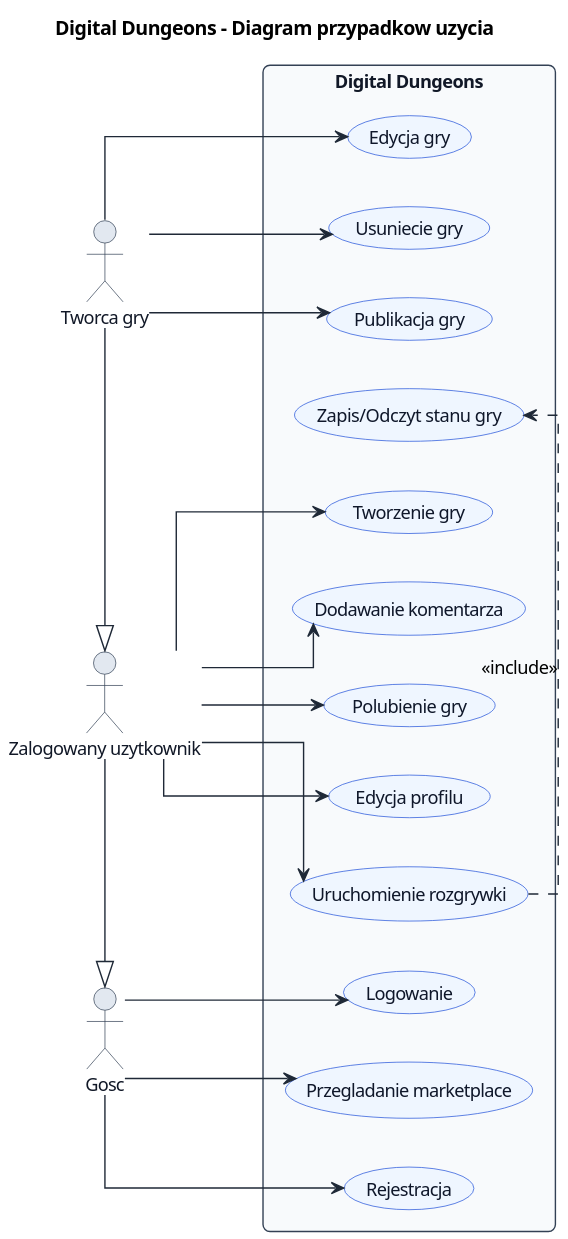
The PlantUML diagram Praca Licencjacka/diagramy-plantuml/use-case.svg in NasiadkaMaciej/Digital-Dungeons, before a commit.
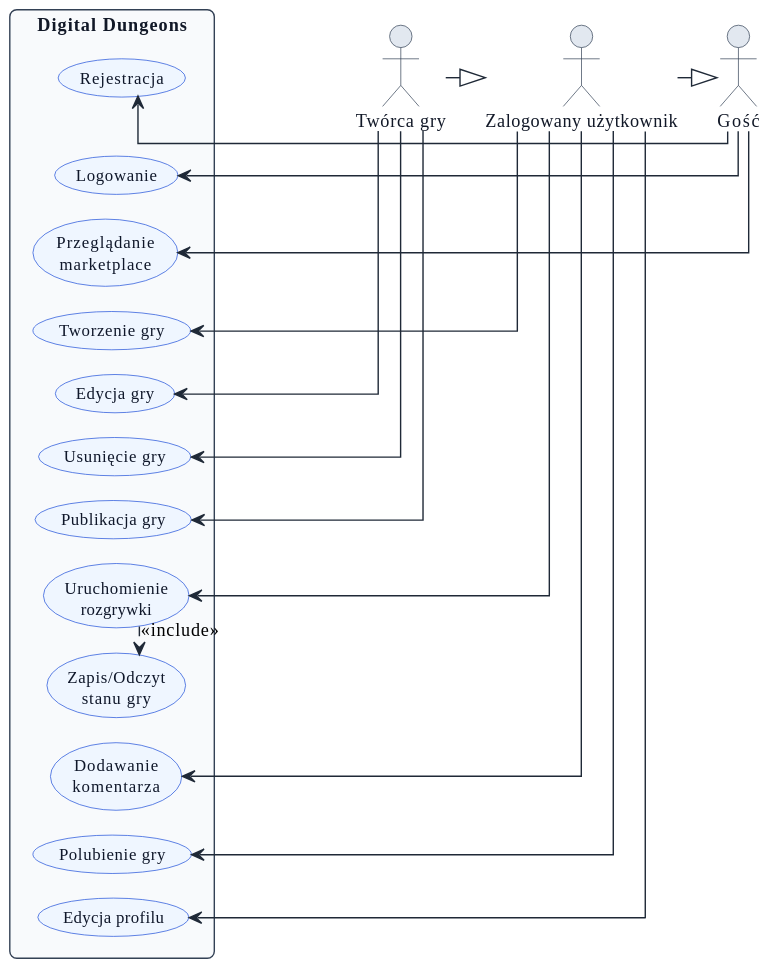
Above is the later version.

Change to the diagram source:
```diff
@@ -1,11 +1,19 @@
 @startuml
 !include style.iuml
-title Digital Dungeons - Diagram przypadkow uzycia
-left to right direction
+top to bottom direction
+skinparam nodesep 28
+skinparam ranksep 18
+skinparam usecaseFontSize 12
+skinparam usecase {
+  BackgroundColor #EFF6FF
+  BorderColor #1D4ED8
+  FontColor #0F172A
+}
+hide footbox
 
-actor "Gosc" as Guest
-actor "Zalogowany uzytkownik" as User
-actor "Tworca gry" as Creator
+actor "Gość" as Guest
+actor "Zalogowany użytkownik" as User
+actor "Twórca gry" as Creator
 
 User -|> Guest
 Creator -|> User
@@ -13,14 +21,14 @@
 rectangle "Digital Dungeons" {
   usecase "Rejestracja" as UC1
   usecase "Logowanie" as UC2
-  usecase "Przegladanie marketplace" as UC3
+  usecase "Przeglądanie\nmarketplace" as UC3
   usecase "Tworzenie gry" as UC4
   usecase "Edycja gry" as UC5
-  usecase "Usuniecie gry" as UC6
+  usecase "Usunięcie gry" as UC6
   usecase "Publikacja gry" as UC7
-  usecase "Uruchomienie rozgrywki" as UC8
-  usecase "Zapis/Odczyt stanu gry" as UC9
-  usecase "Dodawanie komentarza" as UC10
+  usecase "Uruchomienie\nrozgrywki" as UC8
+  usecase "Zapis/Odczyt\nstanu gry" as UC9
+  usecase "Dodawanie\nkomentarza" as UC10
   usecase "Polubienie gry" as UC11
   usecase "Edycja profilu" as UC12
 }
@@ -40,4 +48,16 @@
 Creator --> UC7
 
 UC8 .> UC9 : <<include>>
+
+UC1 -[hidden]-> UC2
+UC2 -[hidden]-> UC3
+UC3 -[hidden]-> UC4
+UC4 -[hidden]-> UC5
+UC5 -[hidden]-> UC6
+UC6 -[hidden]-> UC7
+UC7 -[hidden]-> UC8
+UC8 -[hidden]-> UC9
+UC9 -[hidden]-> UC10
+UC10 -[hidden]-> UC11
+UC11 -[hidden]-> UC12
 @enduml
```
